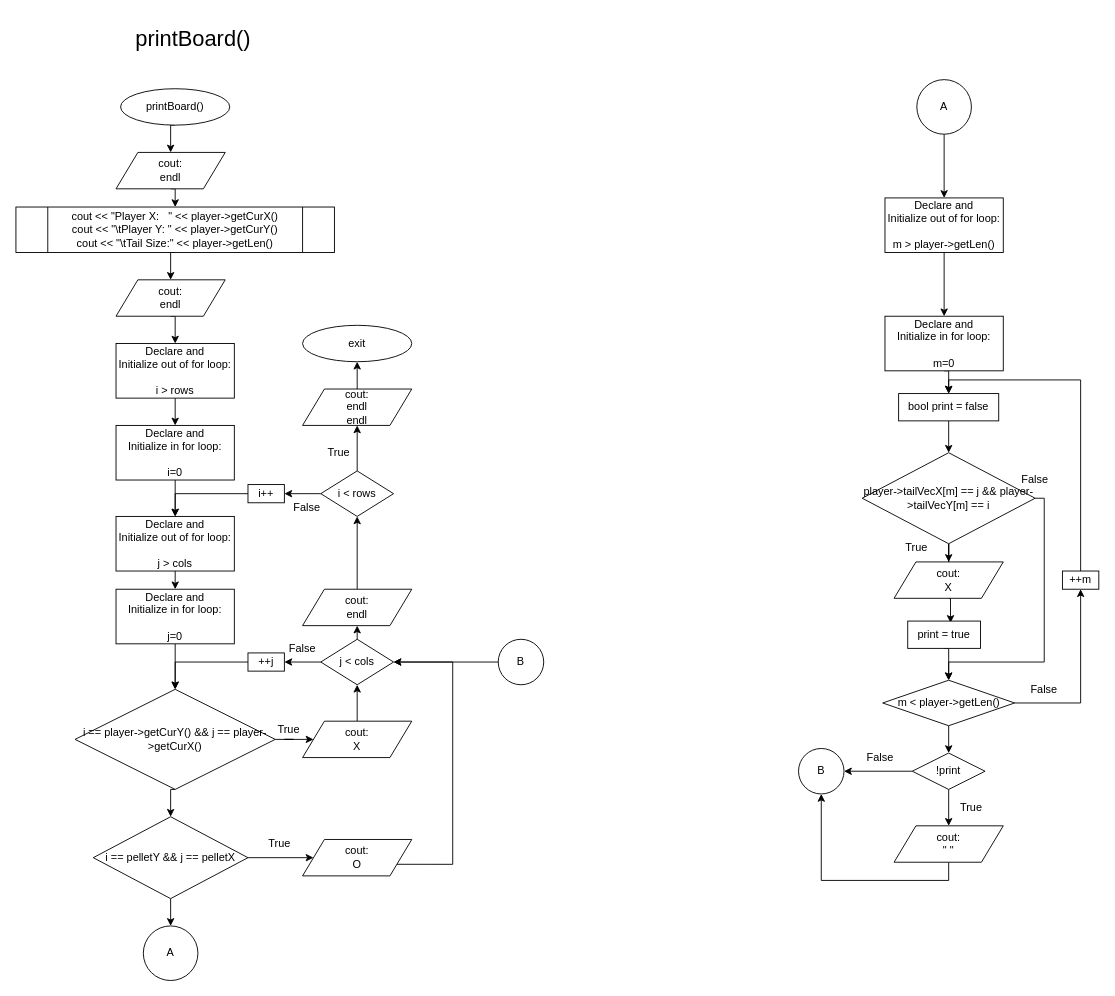
The draw.io diagram page "Board-printBoard()" (3 of 7) of SnakeGame Flowchart.drawio in dkaycarlos/SnakeGame, before the edit. Source tidied: cells renumbered, new cells numbered last; positions are measured from the earlier drawing's top-left corner, leaving out a move shared by most shapes. Both pictures are drawn from the tidied source at 91%, with x=0, y=0 at pixel (15, 15).
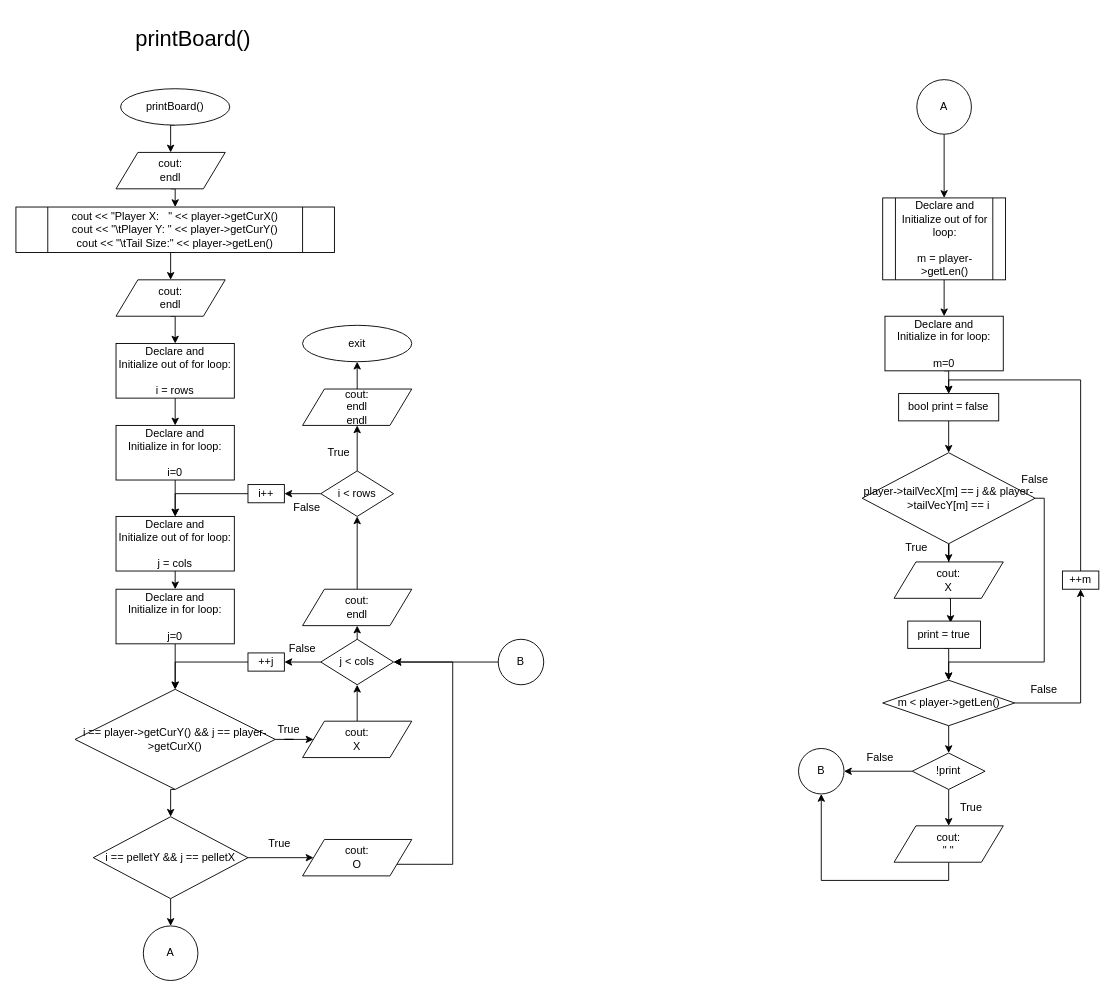
Above is the later version.

Unchanged cells that the change refers to:
```xml
<mxCell id="54" value="Declare and&lt;br&gt;&lt;div&gt;Initialize in for loop:&lt;/div&gt;&lt;div&gt;&lt;br&gt;&lt;/div&gt;m=0" style="rounded=0;whiteSpace=wrap;html=1;strokeWidth=1;" parent="1" vertex="1">
  <mxGeometry x="955" y="330" width="130" height="60" as="geometry" />
</mxCell>
<mxCell id="78" value="A" style="ellipse;whiteSpace=wrap;html=1;strokeWidth=1;" parent="1" vertex="1">
  <mxGeometry x="990" y="70" width="60" height="60" as="geometry" />
</mxCell>
```

The edit, as a diff of the source:
```diff
@@
-    <mxCell id="12" value="Declare and&lt;br&gt;&lt;div&gt;Initialize out of for loop:&lt;/div&gt;&lt;div&gt;&lt;br&gt;&lt;/div&gt;i &amp;gt; rows" style="rounded=0;whiteSpace=wrap;html=1;strokeWidth=1;" parent="1" vertex="1">
+    <mxCell id="12" value="Declare and&lt;br&gt;&lt;div&gt;Initialize out of for loop:&lt;/div&gt;&lt;div&gt;&lt;br&gt;&lt;/div&gt;i = rows" style="rounded=0;whiteSpace=wrap;html=1;strokeWidth=1;" parent="1" vertex="1">
       <mxGeometry x="110" y="360" width="130" height="60" as="geometry" />
     </mxCell>
@@
-    <mxCell id="16" value="Declare and&lt;br&gt;&lt;div&gt;Initialize out of for loop:&lt;/div&gt;&lt;div&gt;&lt;br&gt;&lt;/div&gt;j &amp;gt; cols" style="rounded=0;whiteSpace=wrap;html=1;strokeWidth=1;" parent="1" vertex="1">
+    <mxCell id="16" value="Declare and&lt;br&gt;&lt;div&gt;Initialize out of for loop:&lt;/div&gt;&lt;div&gt;&lt;br&gt;&lt;/div&gt;j = cols" style="rounded=0;whiteSpace=wrap;html=1;strokeWidth=1;" parent="1" vertex="1">
       <mxGeometry x="110" y="550" width="130" height="60" as="geometry" />
     </mxCell>
@@
-    <mxCell id="51" style="edgeStyle=orthogonalEdgeStyle;rounded=0;jettySize=auto;html=1;exitX=0.5;exitY=1;exitDx=0;exitDy=0;entryX=0.5;entryY=0;entryDx=0;entryDy=0;" parent="1" edge="1" source="52" target="54">
-      <mxGeometry relative="1" as="geometry" />
-    </mxCell>
-    <mxCell id="52" value="Declare and&lt;br&gt;&lt;div&gt;Initialize out of for loop:&lt;/div&gt;&lt;div&gt;&lt;br&gt;&lt;/div&gt;m &amp;gt; player-&amp;gt;getLen()" style="rounded=0;whiteSpace=wrap;html=1;strokeWidth=1;" parent="1" vertex="1">
-      <mxGeometry x="955" y="200" width="130" height="60" as="geometry" />
-    </mxCell>
@@
-    <mxCell id="77" style="edgeStyle=orthogonalEdgeStyle;rounded=0;jettySize=auto;html=1;exitX=0.5;exitY=1;exitDx=0;exitDy=0;entryX=0.5;entryY=0;entryDx=0;entryDy=0;" parent="1" edge="1" source="78" target="52">
-      <mxGeometry relative="1" as="geometry" />
-    </mxCell>
+    <mxCell id="83" style="edgeStyle=orthogonalEdgeStyle;rounded=0;jettySize=auto;html=1;exitX=0.5;exitY=1;exitDx=0;exitDy=0;entryX=0.5;entryY=0;entryDx=0;entryDy=0;" parent="1" edge="1" source="78" target="85">
+      <mxGeometry relative="1" as="geometry" />
+    </mxCell>
@@
+    <mxCell id="84" style="edgeStyle=orthogonalEdgeStyle;rounded=0;jettySize=auto;html=1;exitX=0.5;exitY=1;exitDx=0;exitDy=0;entryX=0.5;entryY=0;entryDx=0;entryDy=0;" parent="1" edge="1" source="85" target="54">
+      <mxGeometry relative="1" as="geometry" />
+    </mxCell>
+    <mxCell id="85" value="Declare and&lt;br&gt;&lt;div&gt;Initialize out of for loop:&lt;/div&gt;&lt;div&gt;&lt;br&gt;&lt;/div&gt;m = player-&amp;gt;getLen()" style="shape=process;whiteSpace=wrap;html=1;backgroundOutline=1;" parent="1" vertex="1">
+      <mxGeometry x="952.5" y="200" width="135" height="90" as="geometry" />
+    </mxCell>
```
